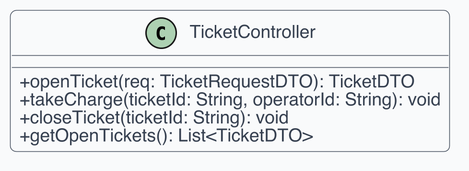
Before: src/PB/Documentazione Esterna/Contenuti/componenti_specifiche_tecniche/assets/uml_backend/05_ticketcontroller.png, a diagram exported from PlantUML (swenightpro/Documentazione).
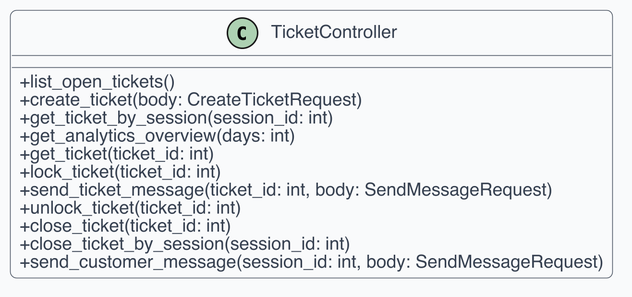
The same file after the commit.

Change to the diagram source:
```diff
@@ -15,10 +15,18 @@
   StereotypeFontColor #6B7280
 }
 skinparam classAttributeIconSize 0
-class TicketController {
-  +openTicket(req: TicketRequestDTO): TicketDTO
-  +takeCharge(ticketId: String, operatorId: String): void
-  +closeTicket(ticketId: String): void
-  +getOpenTickets(): List<TicketDTO>
+
+class "TicketController" as C1 {
+  + list_open_tickets()
+  + create_ticket(body: CreateTicketRequest)
+  + get_ticket_by_session(session_id: int)
+  + get_analytics_overview(days: int)
+  + get_ticket(ticket_id: int)
+  + lock_ticket(ticket_id: int)
+  + send_ticket_message(ticket_id: int, body: SendMessageRequest)
+  + unlock_ticket(ticket_id: int)
+  + close_ticket(ticket_id: int)
+  + close_ticket_by_session(session_id: int)
+  + send_customer_message(session_id: int, body: SendMessageRequest)
 }
 @enduml
```
